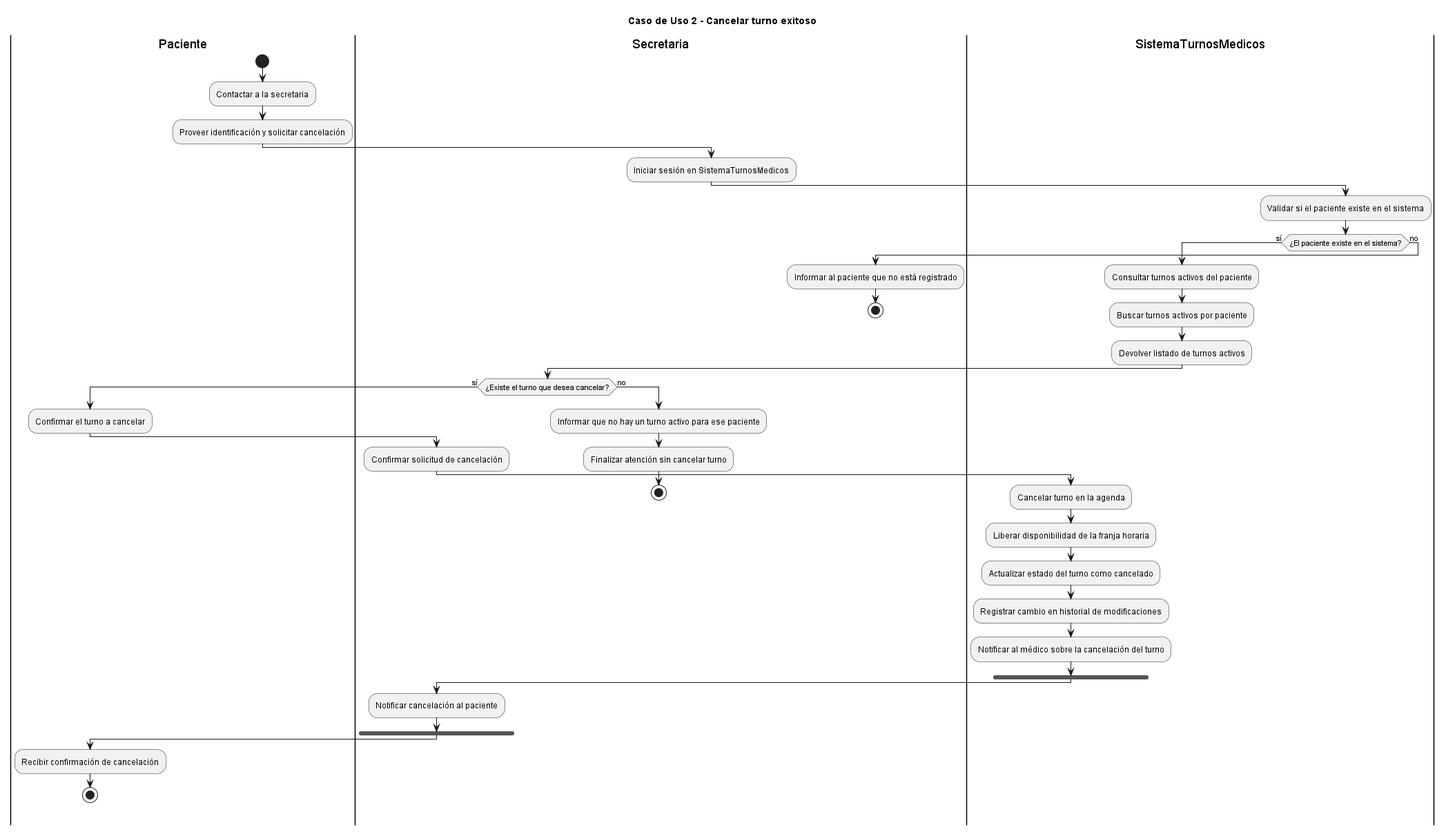
FacundoGuiraldes/SistemaTurnosMedicos keeps this PlantUML diagram as diagramas/04-diagramas-actividades/04-actividad-cancelar-turno-02.png. Above is the earlier version.
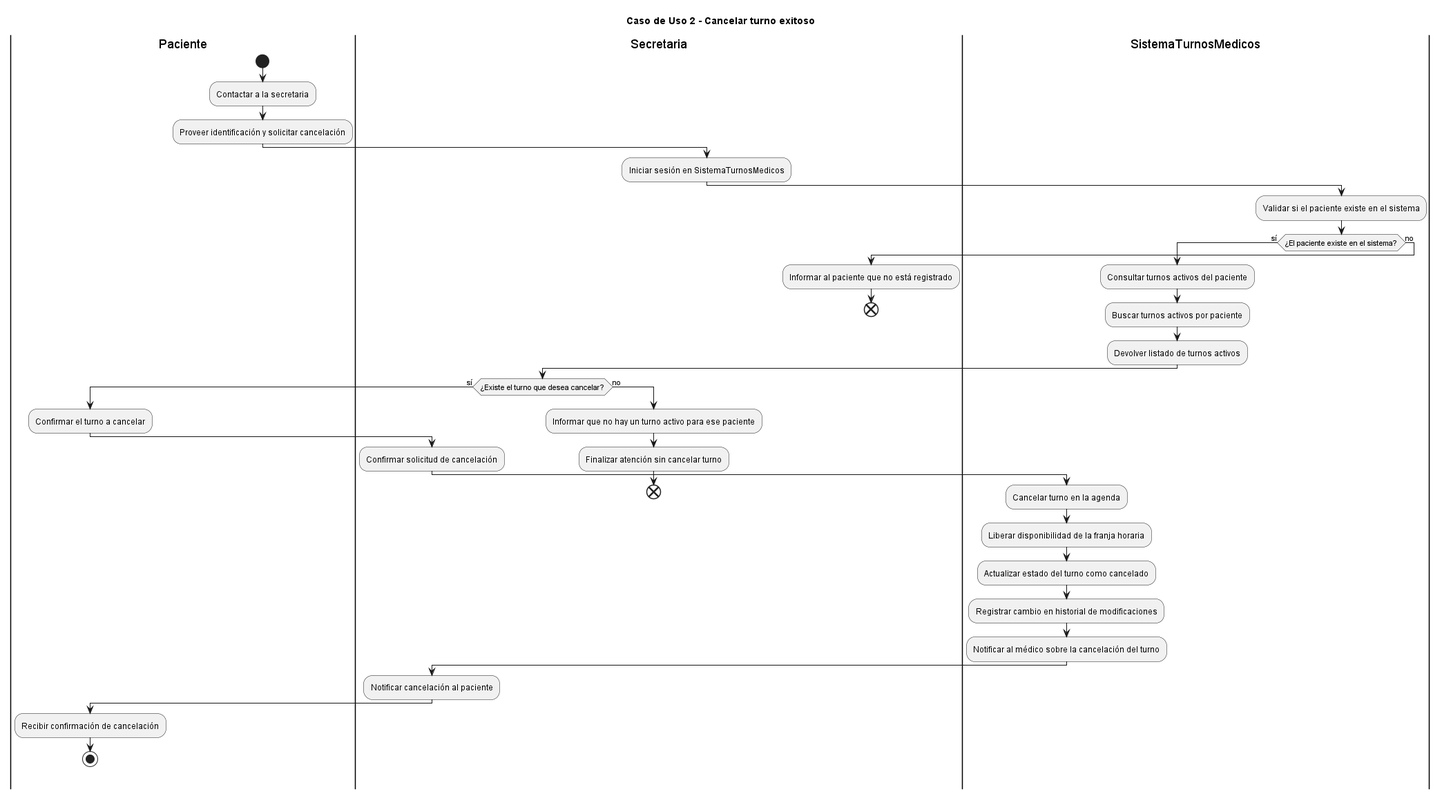
After the change.

The edit, as a diff of the source:
```diff
@@ -36,11 +36,8 @@
     :Registrar cambio en historial de modificaciones;
     :Notificar al médico sobre la cancelación del turno;
 
-    fork
-      |Secretaria|
+    |Secretaria|
       :Notificar cancelación al paciente;
-
-    end fork
 
     |Paciente|
     :Recibir confirmación de cancelación;
@@ -51,15 +48,15 @@
     |Secretaria|
     :Informar que no hay un turno activo para ese paciente;
     :Finalizar atención sin cancelar turno;
-    stop
+    end
 
   endif
 
-else (no)
+  else (no)
 
   |Secretaria|
   :Informar al paciente que no está registrado;
-  stop
+  end
 
 endif
 
```
